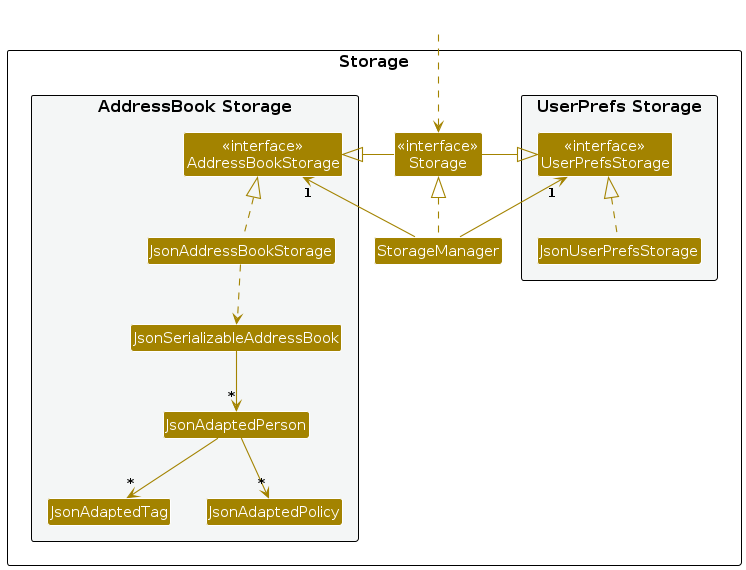
Above: diagrams/StorageClassDiagram.png in AY2425S1-CS2103T-T14-1/tp (PlantUML), before the change. Its source is kept beside it as diagrams/StorageClassDiagram.puml.
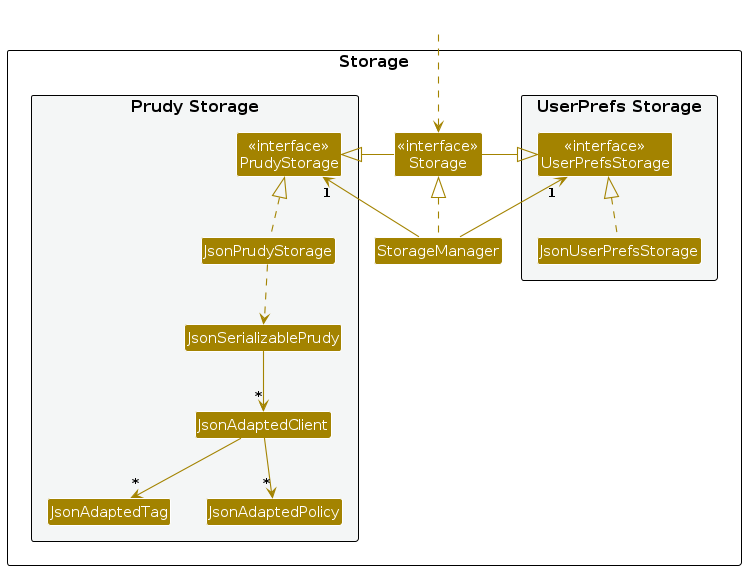
After the commit.

Diff of the diagram source:
```diff
@@ -14,11 +14,11 @@
 Class "<<interface>>\nStorage" as Storage
 Class StorageManager
 
-package "AddressBook Storage" #F4F6F6{
-Class "<<interface>>\nAddressBookStorage" as AddressBookStorage
-Class JsonAddressBookStorage
-Class JsonSerializableAddressBook
-Class JsonAdaptedPerson
+package "Prudy Storage" #F4F6F6{
+Class "<<interface>>\nPrudyStorage" as PrudyStorage
+Class JsonPrudyStorage
+Class JsonSerializablePrudy
+Class JsonAdaptedClient
 Class JsonAdaptedTag
 Class JsonAdaptedPolicy
 }
@@ -30,16 +30,16 @@
 
 StorageManager .up.|> Storage
 StorageManager -up-> "1" UserPrefsStorage
-StorageManager -up-> "1" AddressBookStorage
+StorageManager -up-> "1" PrudyStorage
 
 Storage -left-|> UserPrefsStorage
-Storage -right-|> AddressBookStorage
+Storage -right-|> PrudyStorage
 
 JsonUserPrefsStorage .up.|> UserPrefsStorage
-JsonAddressBookStorage .up.|> AddressBookStorage
-JsonAddressBookStorage ..> JsonSerializableAddressBook
-JsonSerializableAddressBook --> "*" JsonAdaptedPerson
-JsonAdaptedPerson --> "*" JsonAdaptedTag
-JsonAdaptedPerson --> "*" JsonAdaptedPolicy
+JsonPrudyStorage .up.|> PrudyStorage
+JsonPrudyStorage ..> JsonSerializablePrudy
+JsonSerializablePrudy --> "*" JsonAdaptedClient
+JsonAdaptedClient --> "*" JsonAdaptedTag
+JsonAdaptedClient --> "*" JsonAdaptedPolicy
 
 @enduml
```
